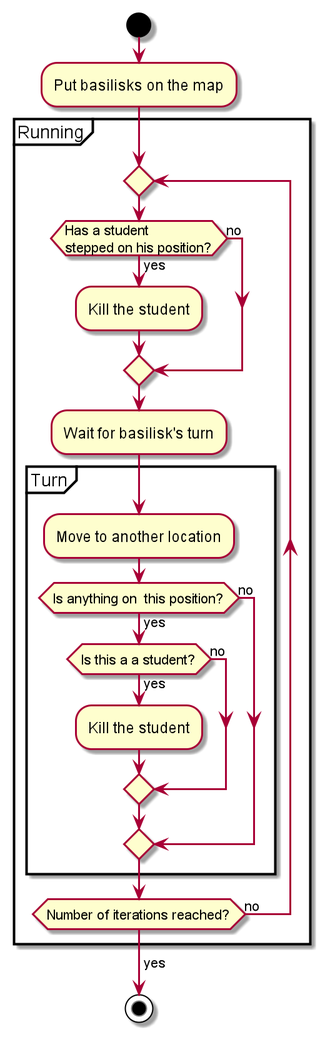
Above: diagrams/activity-basilisk.png in bauerkamil/hogwartSim (PlantUML), before the change. The source it was exported from:
```plantuml
@startuml

start

:Put basilisks on the map;

partition Running {
    repeat
        if (Has a student\nstepped on his position?) then (yes)
            :Kill the student;
        else (no)
        endif

        :Wait for basilisk's turn;
        partition Turn {
            :Move to another location;
            if (Is anything on  this position?) then (yes)
                if (Is this a a student?) then (yes)
                    :Kill the student;
                else (no)
                endif
            else (no)
            endif
        }
    repeat while (Number of iterations reached?) is (no)
->yes;
}

stop

@enduml
```
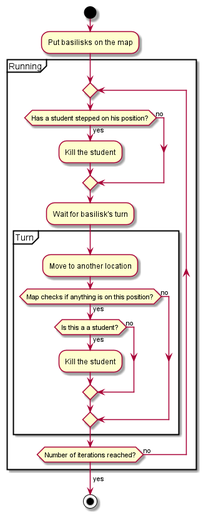
The same diagram one commit later.

Diff of the diagram source:
```diff
@@ -1,12 +1,12 @@
 @startuml
-
+skinparam maxMessageSize 50
 start
 
 :Put basilisks on the map;
 
 partition Running {
     repeat
-        if (Has a student\nstepped on his position?) then (yes)
+        if (Has a student stepped on his position?) then (yes)
             :Kill the student;
         else (no)
         endif
@@ -14,7 +14,7 @@
         :Wait for basilisk's turn;
         partition Turn {
             :Move to another location;
-            if (Is anything on  this position?) then (yes)
+            if (Map checks if anything is on this position?) then (yes)
                 if (Is this a a student?) then (yes)
                     :Kill the student;
                 else (no)
```
